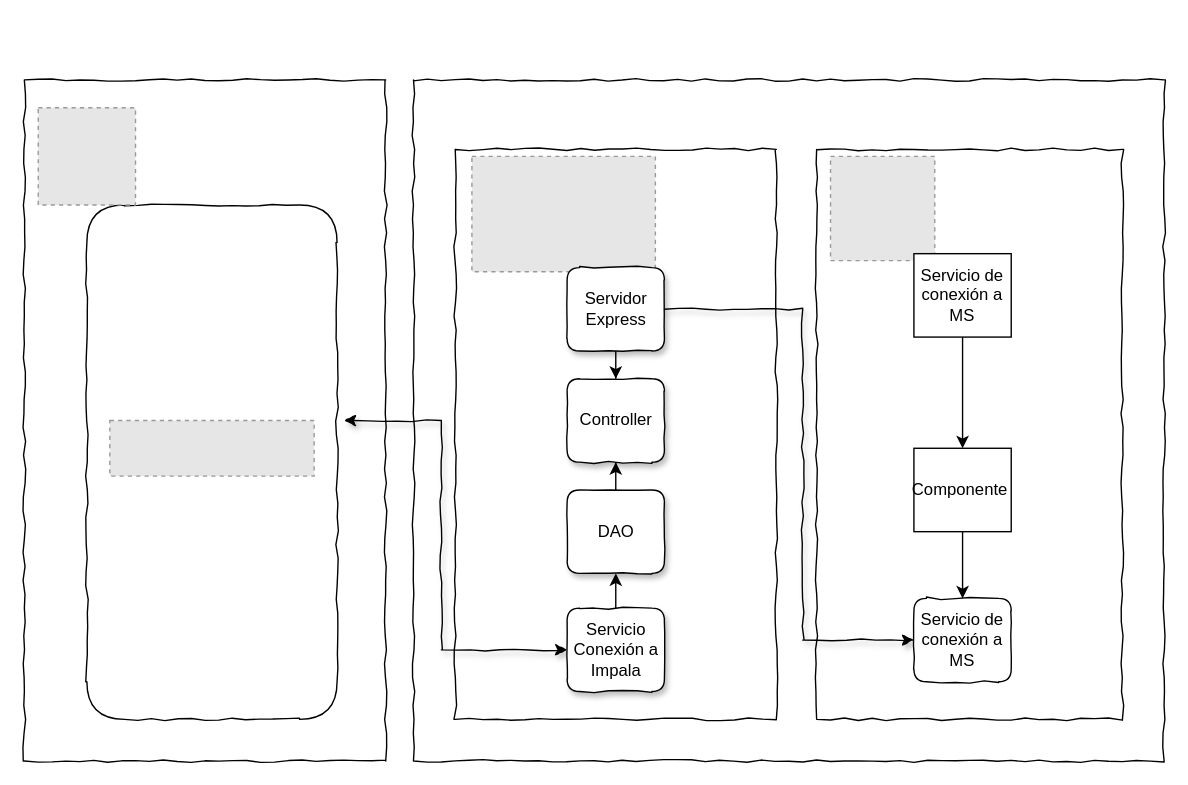
Before: impala.drawio in toryas/branching-bech, a draw.io diagram. Source tidied: cells renumbered, new cells numbered last; positions are measured from the earlier drawing's top-left corner, leaving out a move shared by most shapes. Both pictures are drawn from the tidied source at 139%, with x=0, y=0 at pixel (24, 79). Pictures stored in the file or linked from it are replaced by grey dashed boxes.
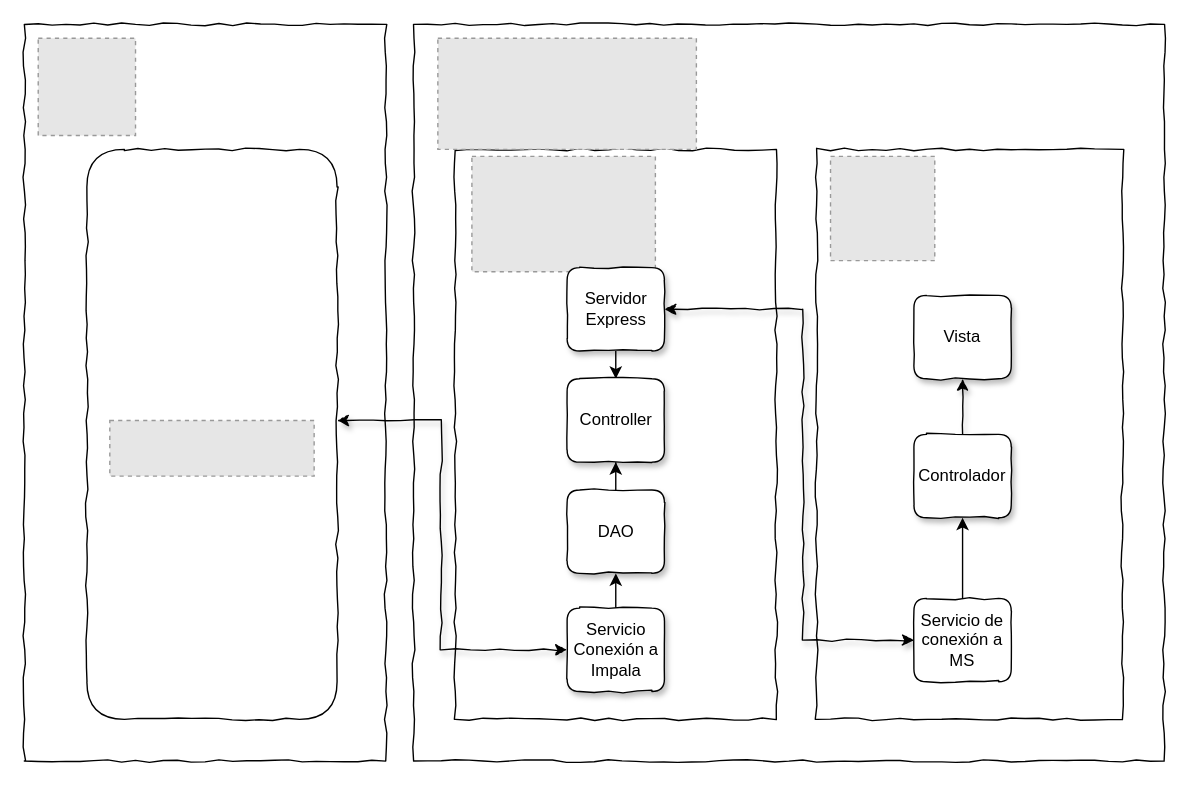
The same diagram, later.

The change refers to these unchanged cells:
```xml
<mxCell id="15" value="Servicio Conexión a Impala" style="rounded=1;whiteSpace=wrap;html=1;shadow=1;comic=1;glass=0;" parent="1" vertex="1">
  <mxGeometry x="390.5" y="380" width="70" height="60" as="geometry" />
</mxCell>
<mxCell id="17" value="Servidor Express" style="rounded=1;whiteSpace=wrap;html=1;shadow=1;comic=1;" parent="1" vertex="1">
  <mxGeometry x="390.5" y="135" width="70" height="60" as="geometry" />
</mxCell>
<mxCell id="21" value="Servicio de conexión a MS" style="rounded=1;whiteSpace=wrap;html=1;comic=1;" parent="1" vertex="1">
  <mxGeometry x="640" y="373" width="70" height="60" as="geometry" />
</mxCell>
```

Diff of the diagram source:
```diff
@@
     <mxCell id="2" style="rounded=0;whiteSpace=wrap;html=1;comic=1;" parent="1" vertex="1">
-      <mxGeometry width="260" height="490" as="geometry" />
+      <mxGeometry y="-40" width="260" height="530" as="geometry" />
     </mxCell>
     <mxCell id="3" style="rounded=1;whiteSpace=wrap;html=1;comic=1;" parent="1" vertex="1">
-      <mxGeometry x="45" y="90" width="180" height="370" as="geometry" />
+      <mxGeometry x="45" y="50" width="180" height="410" as="geometry" />
     </mxCell>
     <mxCell id="4" style="rounded=0;whiteSpace=wrap;html=1;comic=1;" parent="1" vertex="1">
-      <mxGeometry x="280" width="540" height="490" as="geometry" />
+      <mxGeometry x="280" y="-40" width="540" height="530" as="geometry" />
     </mxCell>
@@
     <mxCell id="6" style="fillColor=#E6E6E6;strokeColor=#999999;dashed=1;verticalLabelPosition=bottom;labelBackgroundColor=#ffffff;verticalAlign=top;" parent="1" vertex="1">
-      <mxGeometry x="10" y="20" width="70" height="70" as="geometry" />
+      <mxGeometry x="10" y="-30" width="70" height="70" as="geometry" />
     </mxCell>
@@
-    <mxCell id="14" style="edgeStyle=orthogonalEdgeStyle;rounded=0;jettySize=auto;html=1;startArrow=classic;startFill=1;entryX=1.028;entryY=0.419;entryDx=0;entryDy=0;entryPerimeter=0;comic=1;shadow=1;" parent="1" edge="1" source="15" target="3">
+    <mxCell id="14" style="edgeStyle=orthogonalEdgeStyle;rounded=0;jettySize=auto;html=1;startArrow=classic;startFill=1;comic=1;shadow=1;" parent="1" edge="1" source="15" target="3">
       <mxGeometry relative="1" as="geometry">
         <Array as="points">
           <mxPoint x="300" y="410" />
           <mxPoint x="300" y="245" />
         </Array>
       </mxGeometry>
     </mxCell>
@@
-    <mxCell id="19" style="edgeStyle=orthogonalEdgeStyle;rounded=0;jettySize=auto;html=1;startArrow=classic;startFill=1;endArrow=none;endFill=0;" parent="1" edge="1" source="21" target="23">
+    <mxCell id="19" style="edgeStyle=orthogonalEdgeStyle;rounded=0;jettySize=auto;html=1;startArrow=none;startFill=0;endArrow=classic;endFill=1;" parent="1" edge="1" source="21" target="23">
       <mxGeometry relative="1" as="geometry" />
     </mxCell>
-    <mxCell id="20" style="edgeStyle=orthogonalEdgeStyle;rounded=0;comic=1;jettySize=auto;html=1;shadow=1;startArrow=classic;startFill=1;endArrow=none;endFill=0;entryX=1;entryY=0.5;entryDx=0;entryDy=0;" parent="1" edge="1" source="21" target="17">
+    <mxCell id="20" style="edgeStyle=orthogonalEdgeStyle;rounded=0;comic=1;jettySize=auto;html=1;shadow=1;startArrow=classic;startFill=1;endArrow=classic;endFill=1;entryX=1;entryY=0.5;entryDx=0;entryDy=0;" parent="1" edge="1" source="21" target="17">
       <mxGeometry relative="1" as="geometry">
         <Array as="points">
           <mxPoint x="560" y="403" />
           <mxPoint x="560" y="165" />
         </Array>
       </mxGeometry>
     </mxCell>
@@
-    <mxCell id="22" style="edgeStyle=orthogonalEdgeStyle;rounded=0;jettySize=auto;html=1;startArrow=classic;startFill=1;endArrow=none;endFill=0;" parent="1" edge="1" source="23" target="24">
-      <mxGeometry relative="1" as="geometry" />
-    </mxCell>
+    <mxCell id="25" style="edgeStyle=orthogonalEdgeStyle;rounded=0;comic=1;jettySize=auto;html=1;shadow=1;startArrow=none;startFill=0;endArrow=classic;endFill=1;" parent="1" edge="1" source="23" target="26">
+      <mxGeometry relative="1" as="geometry" />
+    </mxCell>
-    <mxCell id="23" value="Componente&amp;nbsp;" style="rounded=0;whiteSpace=wrap;html=1;" parent="1" vertex="1">
-      <mxGeometry x="640" y="265" width="70" height="60" as="geometry" />
+    <mxCell id="23" value="Controlador" style="rounded=1;whiteSpace=wrap;html=1;comic=1;shadow=1;" parent="1" vertex="1">
+      <mxGeometry x="640" y="255" width="70" height="60" as="geometry" />
     </mxCell>
-    <mxCell id="24" value="Servicio de conexión a MS" style="rounded=0;whiteSpace=wrap;html=1;" parent="1" vertex="1">
-      <mxGeometry x="640" y="125" width="70" height="60" as="geometry" />
-    </mxCell>
+    <mxCell id="26" value="Vista" style="rounded=1;whiteSpace=wrap;html=1;comic=1;shadow=1;" parent="1" vertex="1">
+      <mxGeometry x="640" y="155" width="70" height="60" as="geometry" />
+    </mxCell>
+    <mxCell id="27" style="fillColor=#E6E6E6;strokeColor=#999999;dashed=1;verticalLabelPosition=bottom;labelBackgroundColor=#ffffff;verticalAlign=top;" parent="1" vertex="1">
+      <mxGeometry x="297.5" y="-30" width="186" height="80" as="geometry" />
+    </mxCell>
```
